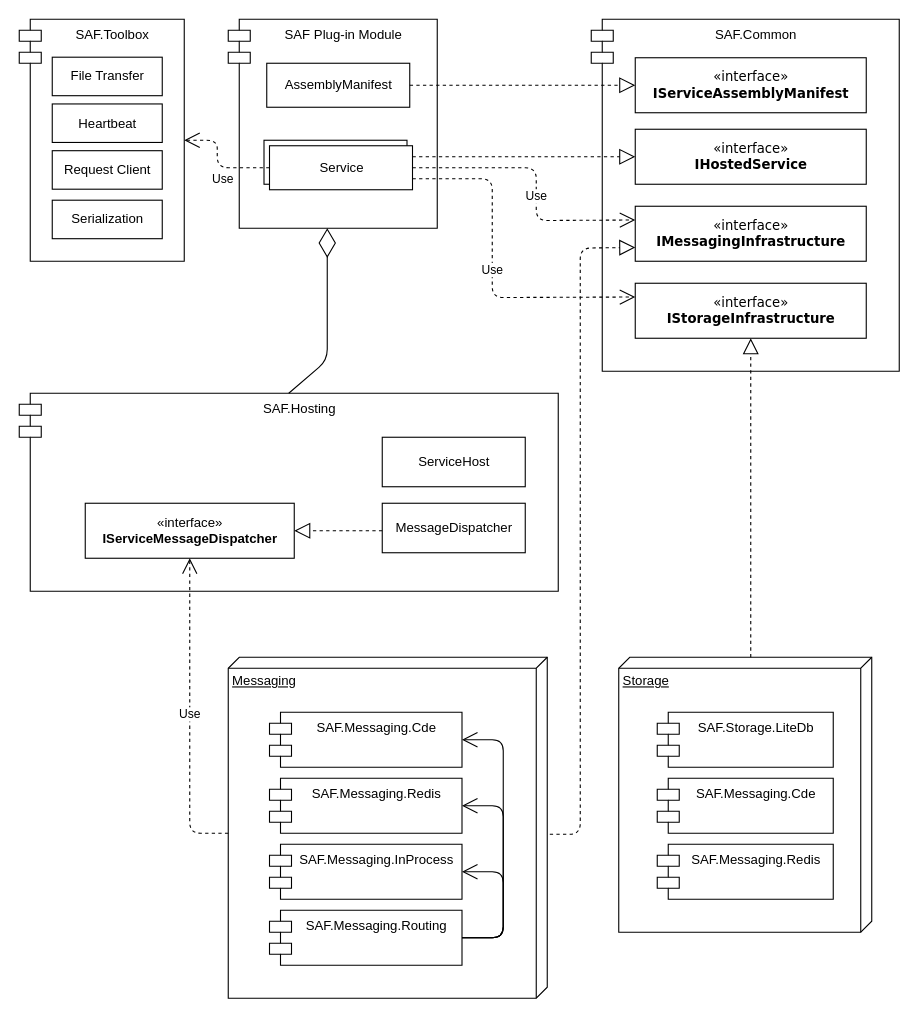
Above: page "Component Overview" (4 of 5) of docs/diagrams/saf-overview.drawio in TRUMPF-IoT/saf (draw.io), before the change. Source tidied: cells renumbered, new cells numbered last; positions are measured from the earlier drawing's top-left corner, leaving out a move shared by most shapes. Both pictures are drawn from the tidied source at 110%, with x=0, y=0 at pixel (19, 19).
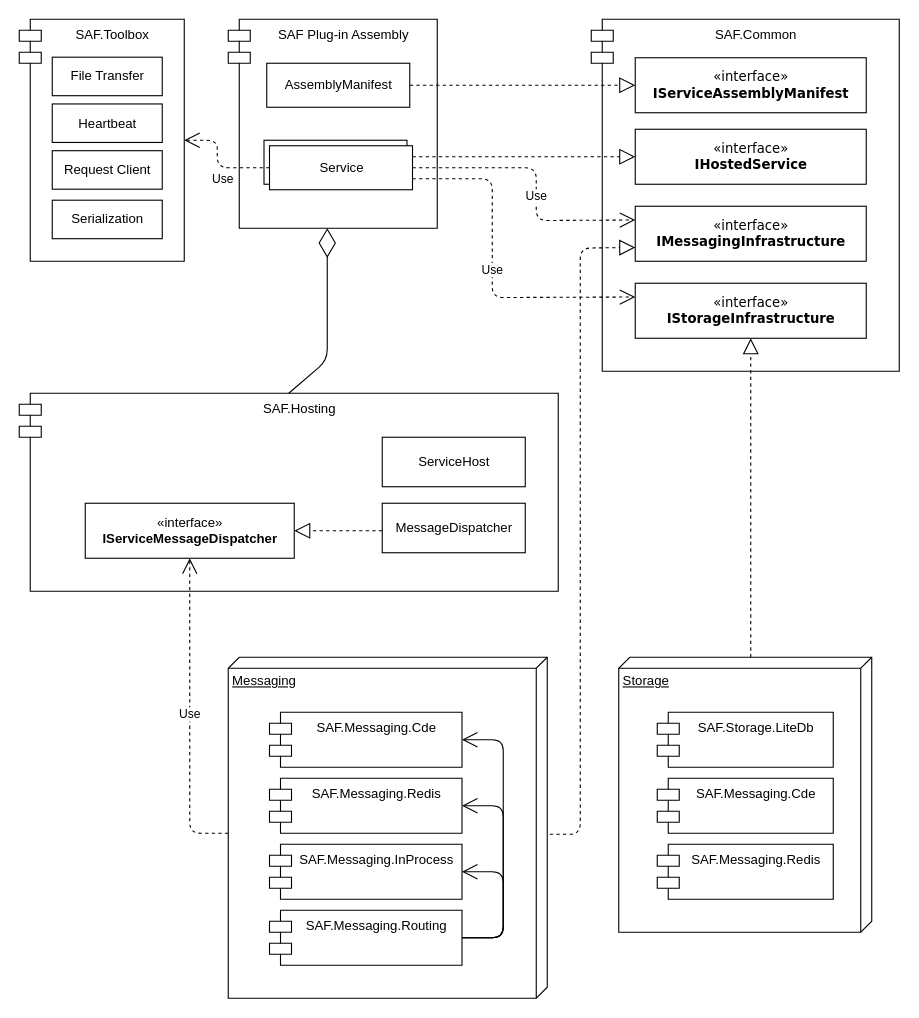
The same diagram, later.

Change to the diagram source:
```diff
@@
-    <mxCell id="2" value="SAF Plug-in Module" style="shape=module;align=left;spacingLeft=20;align=center;verticalAlign=top;" parent="1" vertex="1">
+    <mxCell id="2" value="SAF Plug-in Assembly" style="shape=module;align=left;spacingLeft=20;align=center;verticalAlign=top;" parent="1" vertex="1">
       <mxGeometry x="190" width="190" height="190" as="geometry" />
     </mxCell>
```
